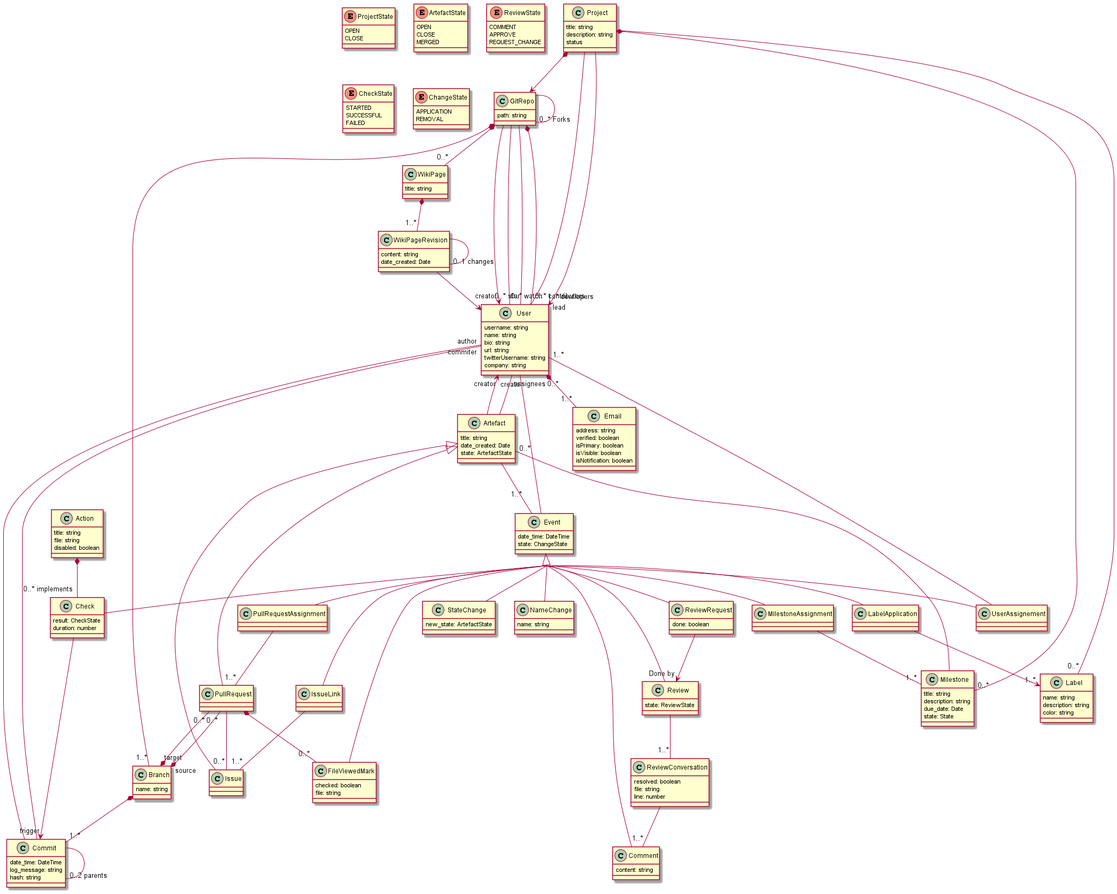
This is docs/UksHub.png from djolewalker/UksHub, a PlantUML export, as it was before one commit.
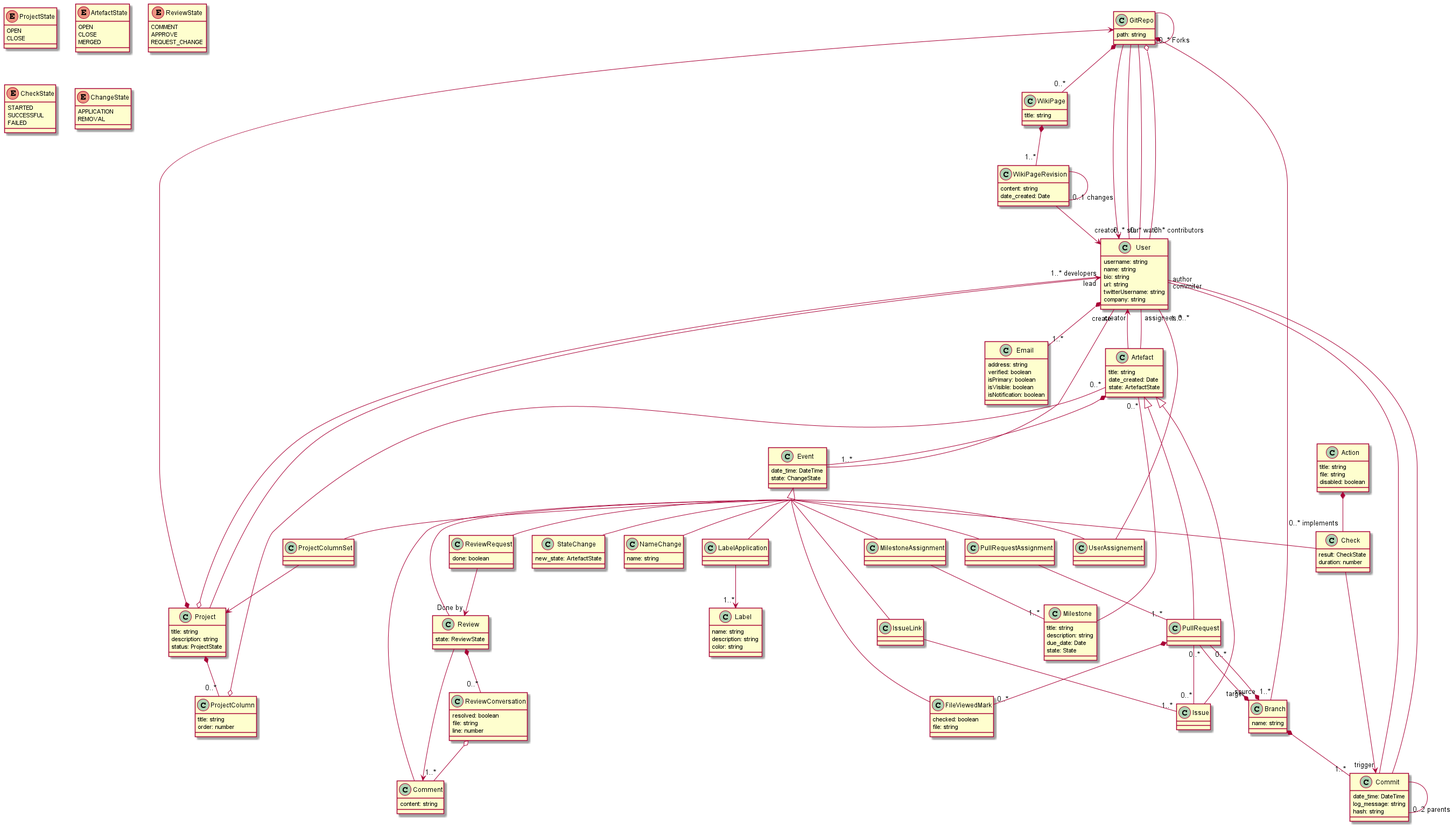
Above is the later version.

Commit message:
Project column and review comment added to model

The edit, as a diff of the source:
```diff
@@ -1,7 +1,7 @@
 @startuml UksHub
 skinparam groupInheritance 3
 
-enum ProjectState{
+enum ProjectState {
     OPEN
     CLOSE
 }
@@ -63,7 +63,11 @@
 class Project {
     title: string
     description: string
-    status
+    status: ProjectState
+}
+class ProjectColumn {
+    title: string
+    order: number
 }
 class Action {
     title: string
@@ -128,6 +132,7 @@
 PullRequest "0..*" --* "source" Branch
 PullRequest *-- "0..*" FileViewedMark
 Project *--> GitRepo
+Project *-- "0..*" ProjectColumn
 Action *-- "0..* implements" Check
 Check --> "trigger" Commit
 GitRepo *-- "0..*" WikiPage
@@ -138,28 +143,29 @@
 GitRepo --> "creator" User
 GitRepo -- "0..* watch" User
 GitRepo -- "0..* star" User
-GitRepo *-- "0..* contributors" User
+GitRepo o-- "0..* contributors" User
 GitRepo -- "0..* Forks" GitRepo
 Branch *-- "1..*" Commit
 Commit -- "author" User
 Commit -- "0..2 parents" Commit
 Commit -- "commiter" User
-Project *-- "0..*" Milestone
-Project -- "1..* developers" User
+Project o-- "1..* developers" User
 Project --> "lead" User
 Milestone -- "0..*" Artefact
 Issue --|> Artefact
-Artefact -- "1..*" Event
+Artefact *-- "1..*" Event
+ProjectColumn o-- "0..*" Artefact
+ProjectColumnSet --> Project
 UserAssignement -- "1..*" User
 MilestoneAssignment -- "1..*" Milestone
 PullRequestAssignment -- "1..*" PullRequest
 IssueLink -- "1..*" Issue
 LabelApplication --> "1..*" Label
-Project -- "0..*" Label
 User "assignees 0..*" -- Artefact
 ReviewRequest --> "Done by" Review
-Review -- "1..*" ReviewConversation
-ReviewConversation -- "1..*" Comment
+Review *-- "0..*" ReviewConversation
+Review --> Comment
+ReviewConversation o-- "1..*" Comment
 Event -- "create" User
 
 Event <|-- Comment
@@ -174,4 +180,5 @@
 Event <|-- Review
 Event <|-- IssueLink
 Event <|-- FileViewedMark
+Event <|-- ProjectColumnSet
 @enduml
```
